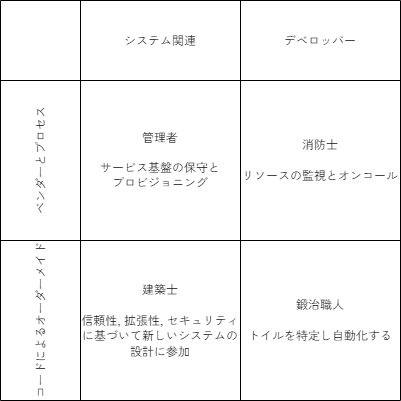
cyokozai/k8sLB keeps this draw.io diagram as .image/table1.png. Above is the earlier version. Source tidied: cells renumbered, new cells last; positions are measured from the earlier drawing's top-left corner, leaving out a move shared by most shapes.
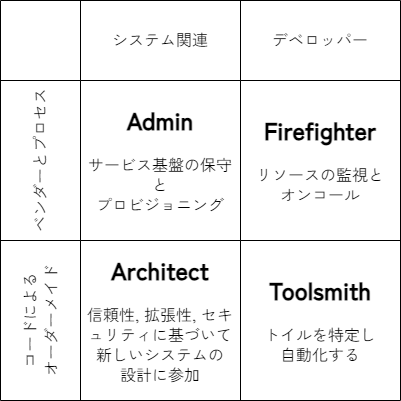
The same file after the commit.

Commit message:
Update map.drawio with revised figure descriptions

What changed in the source:
```diff
@@ -11,34 +11,34 @@
     <mxCell id="4" style="shape=partialRectangle;html=1;whiteSpace=wrap;strokeColor=inherit;overflow=hidden;fillColor=none;top=0;left=0;bottom=0;right=0;" parent="3" vertex="1">
       <mxGeometry width="80" height="80" as="geometry" />
     </mxCell>
-    <mxCell id="5" value="&lt;font face=&quot;Zen Kaku Gothic New&quot;&gt;システム関連&lt;/font&gt;" style="shape=partialRectangle;html=1;whiteSpace=wrap;strokeColor=inherit;overflow=hidden;fillColor=none;top=0;left=0;bottom=0;right=0;" parent="3" vertex="1">
+    <mxCell id="5" value="&lt;font style=&quot;font-size: 16px;&quot; face=&quot;Zen Kaku Gothic New&quot;&gt;システム関連&lt;/font&gt;" style="shape=partialRectangle;html=1;whiteSpace=wrap;strokeColor=inherit;overflow=hidden;fillColor=none;top=0;left=0;bottom=0;right=0;fontSize=16;" parent="3" vertex="1">
       <mxGeometry x="80" width="160" height="80" as="geometry" />
     </mxCell>
-    <mxCell id="6" value="&lt;font face=&quot;Zen Kaku Gothic New&quot;&gt;デベロッパー&lt;/font&gt;" style="shape=partialRectangle;html=1;whiteSpace=wrap;strokeColor=inherit;overflow=hidden;fillColor=none;top=0;left=0;bottom=0;right=0;" parent="3" vertex="1">
+    <mxCell id="6" value="&lt;font style=&quot;font-size: 16px;&quot; face=&quot;Zen Kaku Gothic New&quot;&gt;デベロッパー&lt;/font&gt;" style="shape=partialRectangle;html=1;whiteSpace=wrap;strokeColor=inherit;overflow=hidden;fillColor=none;top=0;left=0;bottom=0;right=0;fontSize=16;" parent="3" vertex="1">
       <mxGeometry x="240" width="160" height="80" as="geometry" />
     </mxCell>
     <mxCell id="7" style="shape=tableRow;horizontal=0;startSize=0;swimlaneHead=0;swimlaneBody=0;strokeColor=inherit;top=0;left=0;bottom=0;right=0;fillColor=none;" parent="2" vertex="1">
       <mxGeometry y="80" width="400" height="160" as="geometry" />
     </mxCell>
-    <mxCell id="8" value="&lt;font face=&quot;Zen Kaku Gothic New&quot;&gt;ベンダーとプロセス&lt;/font&gt;" style="shape=partialRectangle;html=1;whiteSpace=wrap;strokeColor=inherit;overflow=hidden;fillColor=none;top=0;left=0;bottom=0;right=0;horizontal=0;" parent="7" vertex="1">
+    <mxCell id="8" value="&lt;font style=&quot;font-size: 16px;&quot; face=&quot;Zen Kaku Gothic New&quot;&gt;ベンダーとプロセス&lt;/font&gt;" style="shape=partialRectangle;html=1;whiteSpace=wrap;strokeColor=inherit;overflow=hidden;fillColor=none;top=0;left=0;bottom=0;right=0;horizontal=0;fontSize=16;" parent="7" vertex="1">
       <mxGeometry width="80" height="160" as="geometry" />
     </mxCell>
-    <mxCell id="9" value="&lt;font face=&quot;Zen Kaku Gothic New&quot;&gt;管理者&lt;/font&gt;&lt;div&gt;&lt;font face=&quot;QIs7pxKOYINvXIFS7WhG&quot;&gt;&lt;br&gt;&lt;/font&gt;&lt;/div&gt;&lt;div&gt;&lt;font face=&quot;Zen Kaku Gothic New&quot;&gt;サービス基盤の保守と&lt;/font&gt;&lt;/div&gt;&lt;div&gt;&lt;font face=&quot;Zen Kaku Gothic New&quot;&gt;プロビジョニング&lt;/font&gt;&lt;/div&gt;" style="shape=partialRectangle;html=1;whiteSpace=wrap;strokeColor=inherit;overflow=hidden;fillColor=none;top=0;left=0;bottom=0;right=0;" parent="7" vertex="1">
+    <mxCell id="9" value="&lt;div&gt;&lt;font style=&quot;font-size: 24px;&quot; face=&quot;Zen Kaku Gothic New&quot;&gt;&lt;b&gt;Admin&lt;/b&gt;&lt;/font&gt;&lt;/div&gt;&lt;div style=&quot;font-size: 16px;&quot;&gt;&lt;font style=&quot;font-size: 16px;&quot; face=&quot;Zen Kaku Gothic New&quot;&gt;&lt;br&gt;&lt;/font&gt;&lt;/div&gt;&lt;div style=&quot;font-size: 16px;&quot;&gt;&lt;font style=&quot;font-size: 16px;&quot; face=&quot;Zen Kaku Gothic New&quot;&gt;サービス基盤の保守と&lt;/font&gt;&lt;/div&gt;&lt;div style=&quot;font-size: 16px;&quot;&gt;&lt;font style=&quot;font-size: 16px;&quot; face=&quot;Zen Kaku Gothic New&quot;&gt;プロビジョニング&lt;/font&gt;&lt;/div&gt;" style="shape=partialRectangle;html=1;whiteSpace=wrap;strokeColor=inherit;overflow=hidden;fillColor=none;top=0;left=0;bottom=0;right=0;" parent="7" vertex="1">
       <mxGeometry x="80" width="160" height="160" as="geometry" />
     </mxCell>
-    <mxCell id="10" value="&lt;font face=&quot;Zen Kaku Gothic New&quot;&gt;消防士&lt;/font&gt;&lt;div&gt;&lt;font face=&quot;Zen Kaku Gothic New&quot;&gt;&lt;br&gt;&lt;/font&gt;&lt;div&gt;&lt;font face=&quot;Zen Kaku Gothic New&quot;&gt;リソースの監視とオンコール&lt;/font&gt;&lt;/div&gt;&lt;/div&gt;" style="shape=partialRectangle;html=1;whiteSpace=wrap;strokeColor=inherit;overflow=hidden;fillColor=none;top=0;left=0;bottom=0;right=0;" parent="7" vertex="1">
+    <mxCell id="10" value="&lt;font style=&quot;font-size: 24px;&quot; face=&quot;Zen Kaku Gothic New&quot;&gt;&lt;b&gt;Firefighter&lt;/b&gt;&lt;/font&gt;&lt;div style=&quot;font-size: 16px;&quot;&gt;&lt;font style=&quot;font-size: 16px;&quot; face=&quot;Zen Kaku Gothic New&quot;&gt;&lt;br&gt;&lt;/font&gt;&lt;div&gt;&lt;font style=&quot;font-size: 16px;&quot; face=&quot;Zen Kaku Gothic New&quot;&gt;リソースの監視と&lt;/font&gt;&lt;/div&gt;&lt;div&gt;&lt;font style=&quot;font-size: 16px;&quot; face=&quot;Zen Kaku Gothic New&quot;&gt;オンコール&lt;/font&gt;&lt;/div&gt;&lt;/div&gt;" style="shape=partialRectangle;html=1;whiteSpace=wrap;strokeColor=inherit;overflow=hidden;fillColor=none;top=0;left=0;bottom=0;right=0;" parent="7" vertex="1">
       <mxGeometry x="240" width="160" height="160" as="geometry" />
     </mxCell>
     <mxCell id="11" style="shape=tableRow;horizontal=0;startSize=0;swimlaneHead=0;swimlaneBody=0;strokeColor=inherit;top=0;left=0;bottom=0;right=0;fillColor=none;" parent="2" vertex="1">
       <mxGeometry y="240" width="400" height="160" as="geometry" />
     </mxCell>
-    <mxCell id="12" value="&lt;font face=&quot;Zen Kaku Gothic New&quot;&gt;コードによるオーダーメイド&lt;/font&gt;" style="shape=partialRectangle;html=1;whiteSpace=wrap;strokeColor=inherit;overflow=hidden;fillColor=none;top=0;left=0;bottom=0;right=0;horizontal=0;" parent="11" vertex="1">
+    <mxCell id="12" value="&lt;font style=&quot;font-size: 16px;&quot; face=&quot;Zen Kaku Gothic New&quot;&gt;コードによる&lt;/font&gt;&lt;div&gt;&lt;font style=&quot;font-size: 16px;&quot; face=&quot;Zen Kaku Gothic New&quot;&gt;オーダーメイド&lt;/font&gt;&lt;/div&gt;" style="shape=partialRectangle;html=1;whiteSpace=wrap;strokeColor=inherit;overflow=hidden;fillColor=none;top=0;left=0;bottom=0;right=0;horizontal=0;fontSize=16;" parent="11" vertex="1">
       <mxGeometry width="80" height="160" as="geometry" />
     </mxCell>
-    <mxCell id="13" value="&lt;font face=&quot;Zen Kaku Gothic New&quot;&gt;建築士&lt;br&gt;&lt;br&gt;信頼性, 拡張性, セキュリティに基づいて新しいシステムの設計に参加&lt;/font&gt;" style="shape=partialRectangle;html=1;whiteSpace=wrap;strokeColor=inherit;overflow=hidden;fillColor=none;top=0;left=0;bottom=0;right=0;" parent="11" vertex="1">
+    <mxCell id="13" value="&lt;font style=&quot;font-size: 24px;&quot; face=&quot;Zen Kaku Gothic New&quot;&gt;&lt;b&gt;Architect&lt;/b&gt;&lt;/font&gt;&lt;div style=&quot;font-size: 16px;&quot;&gt;&lt;font style=&quot;font-size: 16px;&quot; face=&quot;Zen Kaku Gothic New&quot;&gt;&lt;br&gt;信頼性, 拡張性, セキュリティに基づいて新しいシステムの&lt;/font&gt;&lt;/div&gt;&lt;div style=&quot;font-size: 16px;&quot;&gt;&lt;font style=&quot;font-size: 16px;&quot; face=&quot;Zen Kaku Gothic New&quot;&gt;設計に参加&lt;/font&gt;&lt;/div&gt;" style="shape=partialRectangle;html=1;whiteSpace=wrap;strokeColor=inherit;overflow=hidden;fillColor=none;top=0;left=0;bottom=0;right=0;" parent="11" vertex="1">
       <mxGeometry x="80" width="160" height="160" as="geometry" />
     </mxCell>
-    <mxCell id="14" value="&lt;font face=&quot;Zen Kaku Gothic New&quot;&gt;鍛治職人&lt;br&gt;&lt;br&gt;トイルを特定し自動化する&lt;/font&gt;" style="shape=partialRectangle;html=1;whiteSpace=wrap;strokeColor=inherit;overflow=hidden;fillColor=none;top=0;left=0;bottom=0;right=0;" parent="11" vertex="1">
+    <mxCell id="14" value="&lt;font style=&quot;font-size: 24px;&quot; face=&quot;Zen Kaku Gothic New&quot;&gt;&lt;b&gt;Toolsmith&lt;/b&gt;&lt;/font&gt;&lt;div style=&quot;font-size: 16px;&quot;&gt;&lt;font style=&quot;font-size: 16px;&quot; face=&quot;Zen Kaku Gothic New&quot;&gt;&lt;br&gt;トイルを特定し&lt;/font&gt;&lt;/div&gt;&lt;div style=&quot;font-size: 16px;&quot;&gt;&lt;font style=&quot;font-size: 16px;&quot; face=&quot;Zen Kaku Gothic New&quot;&gt;自動化する&lt;/font&gt;&lt;/div&gt;" style="shape=partialRectangle;html=1;whiteSpace=wrap;strokeColor=inherit;overflow=hidden;fillColor=none;top=0;left=0;bottom=0;right=0;" parent="11" vertex="1">
       <mxGeometry x="240" width="160" height="160" as="geometry" />
     </mxCell>
   </root>
```
